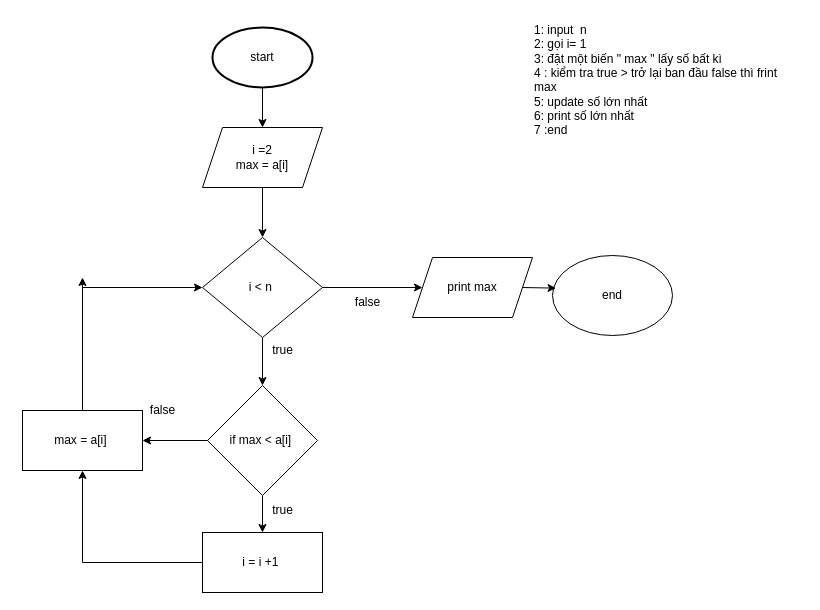
Above: Biểu đồ không có tiêu đề.drawio in thang-code/congenial-potato (draw.io), before the change. Source tidied: cells renumbered, new cells numbered last; positions are measured from the earlier drawing's top-left corner, leaving out a move shared by most shapes. Both pictures are drawn from the tidied source at 100%, with x=0, y=0 at pixel (22, 17).
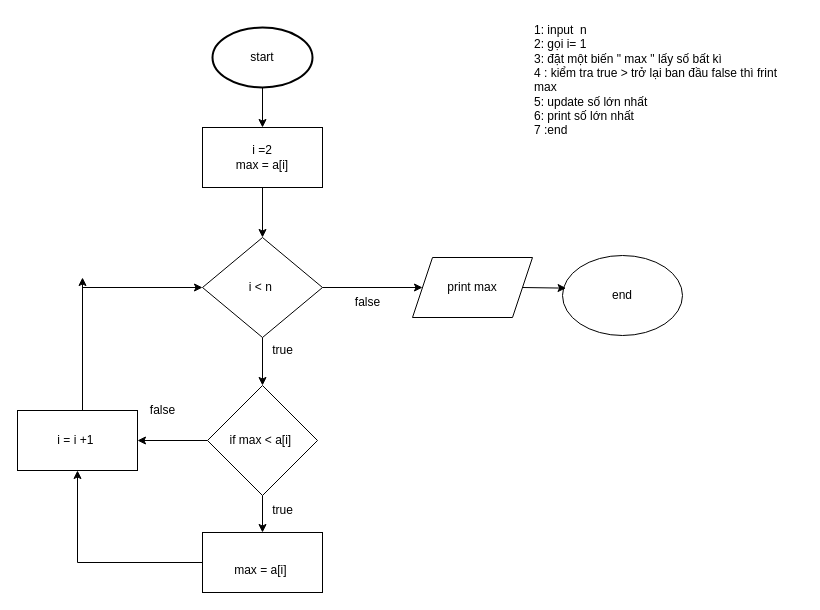
After the change.

Commit message (it also covers changes not shown here):
Cập nhật Biểu đồ không có tiêu đề.drawio

Diff of the diagram source:
```diff
@@
-    <mxCell id="3" value="i =2&lt;br&gt;max = a[i]" style="shape=parallelogram;perimeter=parallelogramPerimeter;whiteSpace=wrap;html=1;fixedSize=1;" parent="1" vertex="1">
-      <mxGeometry x="180" y="110" width="120" height="60" as="geometry" />
-    </mxCell>
@@
-    <mxCell id="5" value="&amp;nbsp;max = a[i]&amp;nbsp;&amp;nbsp;" style="rounded=0;whiteSpace=wrap;html=1;" parent="1" vertex="1">
-      <mxGeometry y="393" width="120" height="60" as="geometry" />
+    <mxCell id="5" value="i = i +1&amp;nbsp;" style="rounded=0;whiteSpace=wrap;html=1;" parent="1" vertex="1">
+      <mxGeometry x="-5" y="393" width="120" height="60" as="geometry" />
     </mxCell>
@@
     <mxCell id="9" value="end" style="ellipse;whiteSpace=wrap;html=1;" parent="1" vertex="1">
-      <mxGeometry x="530" y="238" width="120" height="80" as="geometry" />
+      <mxGeometry x="540" y="238" width="120" height="80" as="geometry" />
     </mxCell>
-    <mxCell id="10" style="endArrow=classic;html=1;rounded=0;entryX=0.5;entryY=0;entryDx=0;entryDy=0;" parent="1" edge="1" target="3">
+    <mxCell id="10" style="endArrow=classic;html=1;rounded=0;entryX=0.5;entryY=0;entryDx=0;entryDy=0;" parent="1" edge="1">
       <mxGeometry relative="1" as="geometry">
         <mxPoint x="240" y="70" as="sourcePoint" />
+        <mxPoint x="240" y="110" as="targetPoint" />
       </mxGeometry>
     </mxCell>
@@
-    <mxCell id="18" value="i = i +1&amp;nbsp;" style="rounded=0;whiteSpace=wrap;html=1;" parent="1" vertex="1">
+    <mxCell id="18" value="&lt;br&gt;&amp;nbsp;max = a[i]&amp;nbsp;&amp;nbsp;" style="rounded=0;whiteSpace=wrap;html=1;" parent="1" vertex="1">
       <mxGeometry x="180" y="515" width="120" height="60" as="geometry" />
     </mxCell>
@@
+    <mxCell id="3" value="i =2&lt;br style=&quot;border-color: var(--border-color);&quot;&gt;max = a[i]" style="rounded=0;whiteSpace=wrap;html=1;" parent="1" vertex="1">
+      <mxGeometry x="180" y="110" width="120" height="60" as="geometry" />
+    </mxCell>
```
